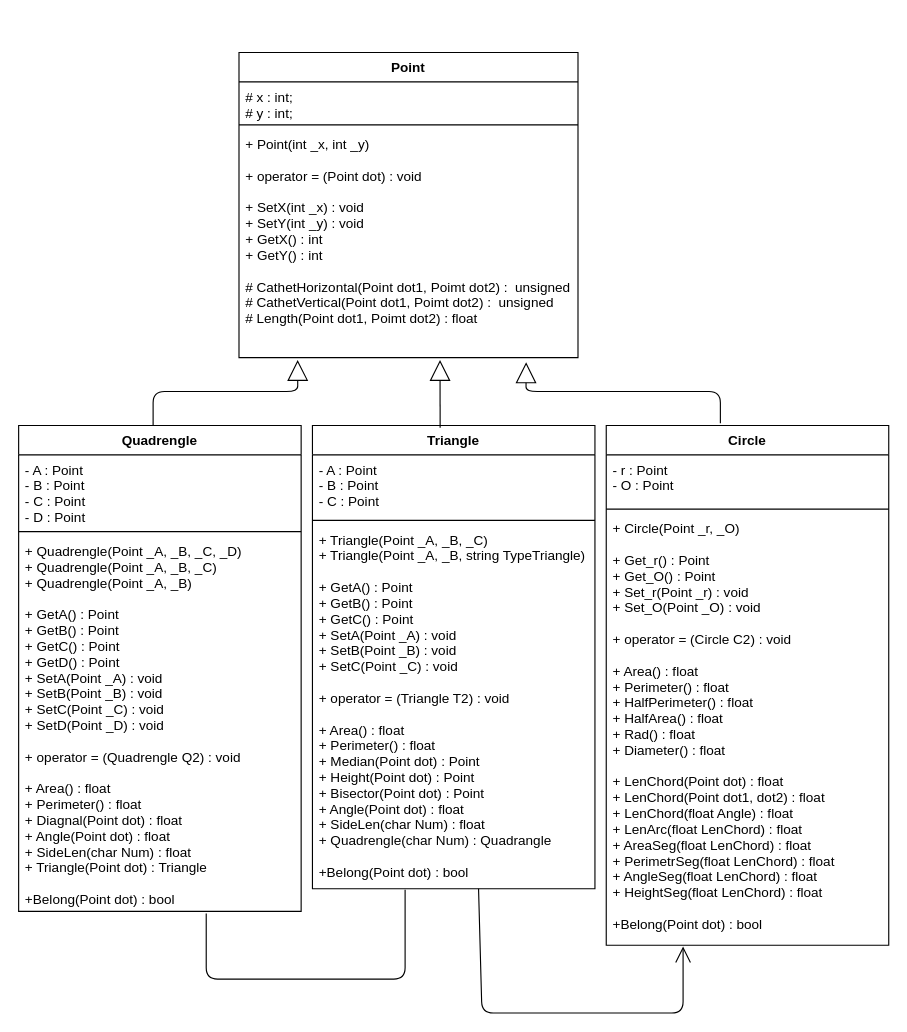
This is Shapes.drawio from MAXXXYMIRON/OOP_-thrid_task, a draw.io file, before an edit. Source tidied: cells renumbered, new cells numbered last; positions are measured from the earlier drawing's top-left corner, leaving out a move shared by most shapes. Both pictures are drawn from the tidied source at 113%, with x=0, y=0 at pixel (18, 52).
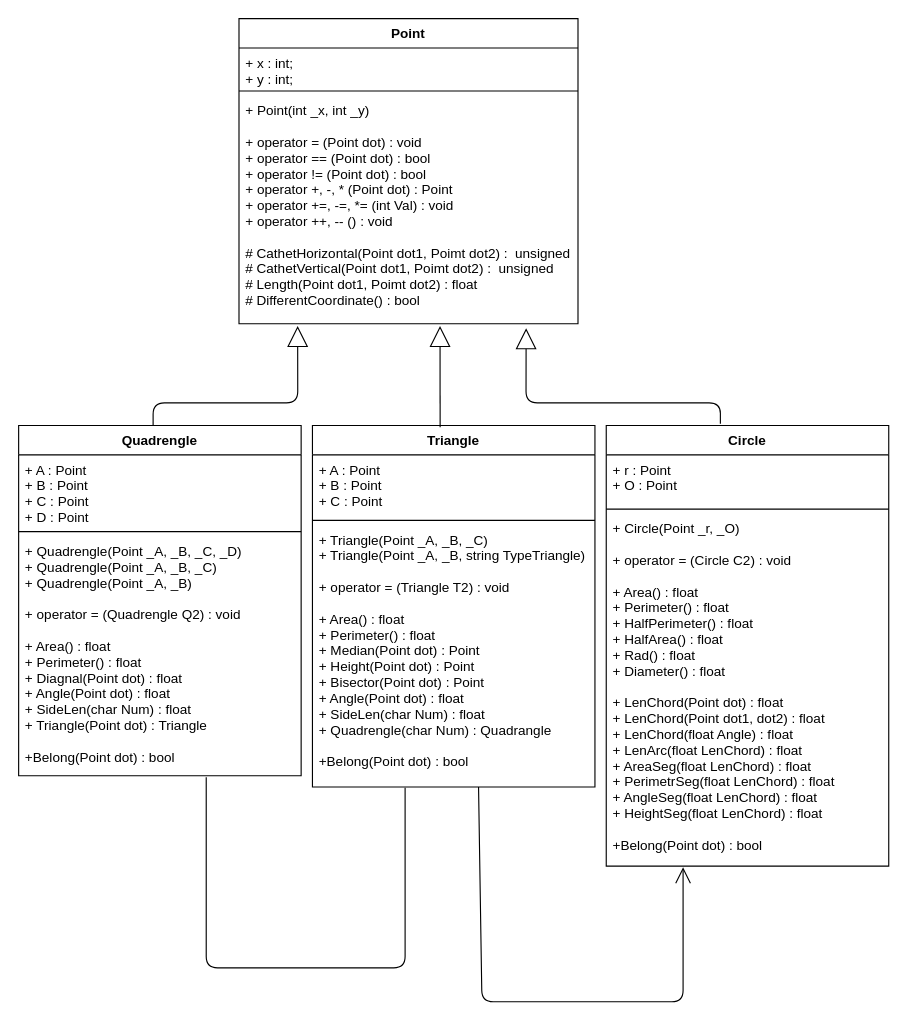
The same diagram, later.

Diff of the diagram source:
```diff
@@
     <mxCell id="2" value="Point" style="swimlane;fontStyle=1;align=center;verticalAlign=top;horizontal=1;startSize=26;" parent="1" vertex="1">
-      <mxGeometry x="195" width="300" height="270" as="geometry" />
+      <mxGeometry x="195" y="-30" width="300" height="270" as="geometry" />
     </mxCell>
-    <mxCell id="3" value="# x : int;&#10;# y : int;" style="text;strokeColor=none;fillColor=none;align=left;verticalAlign=top;spacingLeft=4;spacingRight=4;overflow=hidden;" parent="2" vertex="1">
+    <mxCell id="3" value="+ x : int;&#10;+ y : int;" style="text;strokeColor=none;fillColor=none;align=left;verticalAlign=top;spacingLeft=4;spacingRight=4;overflow=hidden;" parent="2" vertex="1">
       <mxGeometry y="26" width="300" height="34" as="geometry" />
     </mxCell>
@@
-    <mxCell id="5" value="+ Point(int _x, int _y)&#10;&#10;+ operator = (Point dot) : void&#10;&#10;+ SetX(int _x) : void&#10;+ SetY(int _y) : void &#10;+ GetX() : int&#10;+ GetY() : int&#10;&#10;# CathetHorizontal(Point dot1, Poimt dot2) :  unsigned&#10;# CathetVertical(Point dot1, Poimt dot2) :  unsigned&#10;# Length(Point dot1, Poimt dot2) : float" style="text;strokeColor=none;fillColor=none;align=left;verticalAlign=top;spacingLeft=4;spacingRight=4;overflow=hidden;points=[[0,0.5],[1,0.5]];portConstraint=eastwest;" parent="2" vertex="1">
+    <mxCell id="5" value="+ Point(int _x, int _y)&#10;&#10;+ operator = (Point dot) : void&#10;+ operator == (Point dot) : bool&#10;+ operator != (Point dot) : bool&#10;+ operator +, -, * (Point dot) : Point&#10;+ operator +=, -=, *= (int Val) : void&#10;+ operator ++, -- () : void&#10;&#10;# CathetHorizontal(Point dot1, Poimt dot2) :  unsigned&#10;# CathetVertical(Point dot1, Poimt dot2) :  unsigned&#10;# Length(Point dot1, Poimt dot2) : float&#10;# DifferentCoordinate() : bool" style="text;strokeColor=none;fillColor=none;align=left;verticalAlign=top;spacingLeft=4;spacingRight=4;overflow=hidden;points=[[0,0.5],[1,0.5]];portConstraint=eastwest;" parent="2" vertex="1">
       <mxGeometry y="68" width="300" height="202" as="geometry" />
     </mxCell>
     <mxCell id="6" value="Quadrengle" style="swimlane;fontStyle=1;align=center;verticalAlign=top;horizontal=1;startSize=26;" parent="1" vertex="1">
-      <mxGeometry y="330" width="250" height="430" as="geometry" />
+      <mxGeometry y="330" width="250" height="310" as="geometry" />
     </mxCell>
-    <mxCell id="7" value="- A : Point&#10;- B : Point&#10;- C : Point&#10;- D : Point" style="text;strokeColor=none;fillColor=none;align=left;verticalAlign=top;spacingLeft=4;spacingRight=4;overflow=hidden;" parent="6" vertex="1">
+    <mxCell id="7" value="+ A : Point&#10;+ B : Point&#10;+ C : Point&#10;+ D : Point" style="text;strokeColor=none;fillColor=none;align=left;verticalAlign=top;spacingLeft=4;spacingRight=4;overflow=hidden;" parent="6" vertex="1">
       <mxGeometry y="26" width="250" height="64" as="geometry" />
     </mxCell>
@@
-    <mxCell id="9" value="+ Quadrengle(Point _A, _B, _C, _D)&#10;+ Quadrengle(Point _A, _B, _C)&#10;+ Quadrengle(Point _A, _B)&#10;&#10;+ GetA() : Point&#10;+ GetB() : Point&#10;+ GetC() : Point&#10;+ GetD() : Point&#10;+ SetA(Point _A) : void&#10;+ SetB(Point _B) : void&#10;+ SetC(Point _C) : void&#10;+ SetD(Point _D) : void&#10;&#10;+ operator = (Quadrengle Q2) : void&#10;&#10;+ Area() : float&#10;+ Perimeter() : float&#10;+ Diagnal(Point dot) : float&#10;+ Angle(Point dot) : float&#10;+ SideLen(char Num) : float&#10;+ Triangle(Point dot) : Triangle&#10;&#10;+Belong(Point dot) : bool&#10;" style="text;strokeColor=none;fillColor=none;align=left;verticalAlign=top;spacingLeft=4;spacingRight=4;overflow=hidden;points=[[0,0.5],[1,0.5]];portConstraint=eastwest;" parent="6" vertex="1">
-      <mxGeometry y="98" width="250" height="332" as="geometry" />
+    <mxCell id="9" value="+ Quadrengle(Point _A, _B, _C, _D)&#10;+ Quadrengle(Point _A, _B, _C)&#10;+ Quadrengle(Point _A, _B)&#10;&#10;+ operator = (Quadrengle Q2) : void&#10;&#10;+ Area() : float&#10;+ Perimeter() : float&#10;+ Diagnal(Point dot) : float&#10;+ Angle(Point dot) : float&#10;+ SideLen(char Num) : float&#10;+ Triangle(Point dot) : Triangle&#10;&#10;+Belong(Point dot) : bool&#10;" style="text;strokeColor=none;fillColor=none;align=left;verticalAlign=top;spacingLeft=4;spacingRight=4;overflow=hidden;points=[[0,0.5],[1,0.5]];portConstraint=eastwest;" parent="6" vertex="1">
+      <mxGeometry y="98" width="250" height="212" as="geometry" />
     </mxCell>
     <mxCell id="10" value="Triangle" style="swimlane;fontStyle=1;align=center;verticalAlign=top;horizontal=1;startSize=26;" parent="1" vertex="1">
-      <mxGeometry x="260" y="330" width="250" height="410" as="geometry" />
+      <mxGeometry x="260" y="330" width="250" height="320" as="geometry" />
     </mxCell>
-    <mxCell id="11" value="- A : Point&#10;- B : Point&#10;- C : Point" style="text;strokeColor=none;fillColor=none;align=left;verticalAlign=top;spacingLeft=4;spacingRight=4;overflow=hidden;" parent="10" vertex="1">
+    <mxCell id="11" value="+ A : Point&#10;+ B : Point&#10;+ C : Point" style="text;strokeColor=none;fillColor=none;align=left;verticalAlign=top;spacingLeft=4;spacingRight=4;overflow=hidden;" parent="10" vertex="1">
       <mxGeometry y="26" width="250" height="54" as="geometry" />
     </mxCell>
@@
-    <mxCell id="13" value="+ Triangle(Point _A, _B, _C)&#10;+ Triangle(Point _A, _B, string TypeTriangle)&#10;&#10;+ GetA() : Point&#10;+ GetB() : Point&#10;+ GetC() : Point&#10;+ SetA(Point _A) : void&#10;+ SetB(Point _B) : void&#10;+ SetC(Point _C) : void&#10;&#10;+ operator = (Triangle T2) : void&#10;&#10;+ Area() : float&#10;+ Perimeter() : float&#10;+ Median(Point dot) : Point&#10;+ Height(Point dot) : Point&#10;+ Bisector(Point dot) : Point&#10;+ Angle(Point dot) : float&#10;+ SideLen(char Num) : float&#10;+ Quadrengle(char Num) : Quadrangle&#10;&#10;+Belong(Point dot) : bool" style="text;strokeColor=none;fillColor=none;align=left;verticalAlign=top;spacingLeft=4;spacingRight=4;overflow=hidden;points=[[0,0.5],[1,0.5]];portConstraint=eastwest;" parent="10" vertex="1">
-      <mxGeometry y="88" width="250" height="322" as="geometry" />
+    <mxCell id="13" value="+ Triangle(Point _A, _B, _C)&#10;+ Triangle(Point _A, _B, string TypeTriangle)&#10;&#10;+ operator = (Triangle T2) : void&#10;&#10;+ Area() : float&#10;+ Perimeter() : float&#10;+ Median(Point dot) : Point&#10;+ Height(Point dot) : Point&#10;+ Bisector(Point dot) : Point&#10;+ Angle(Point dot) : float&#10;+ SideLen(char Num) : float&#10;+ Quadrengle(char Num) : Quadrangle&#10;&#10;+Belong(Point dot) : bool" style="text;strokeColor=none;fillColor=none;align=left;verticalAlign=top;spacingLeft=4;spacingRight=4;overflow=hidden;points=[[0,0.5],[1,0.5]];portConstraint=eastwest;" parent="10" vertex="1">
+      <mxGeometry y="88" width="250" height="232" as="geometry" />
     </mxCell>
     <mxCell id="14" value="Circle" style="swimlane;fontStyle=1;align=center;verticalAlign=top;horizontal=1;startSize=26;" parent="1" vertex="1">
-      <mxGeometry x="520" y="330" width="250" height="460" as="geometry" />
+      <mxGeometry x="520" y="330" width="250" height="390" as="geometry" />
     </mxCell>
-    <mxCell id="15" value="- r : Point&#10;- O : Point" style="text;strokeColor=none;fillColor=none;align=left;verticalAlign=top;spacingLeft=4;spacingRight=4;overflow=hidden;" parent="14" vertex="1">
+    <mxCell id="15" value="+ r : Point&#10;+ O : Point" style="text;strokeColor=none;fillColor=none;align=left;verticalAlign=top;spacingLeft=4;spacingRight=4;overflow=hidden;" parent="14" vertex="1">
       <mxGeometry y="26" width="250" height="44" as="geometry" />
     </mxCell>
@@
-    <mxCell id="17" value="+ Circle(Point _r, _O)&#10;&#10;+ Get_r() : Point&#10;+ Get_O() : Point&#10;+ Set_r(Point _r) : void&#10;+ Set_O(Point _O) : void&#10;&#10;+ operator = (Circle C2) : void&#10;&#10;+ Area() : float&#10;+ Perimeter() : float&#10;+ HalfPerimeter() : float&#10;+ HalfArea() : float&#10;+ Rad() : float&#10;+ Diameter() : float&#10;&#10;+ LenChord(Point dot) : float&#10;+ LenChord(Point dot1, dot2) : float&#10;+ LenChord(float Angle) : float&#10;+ LenArc(float LenChord) : float&#10;+ AreaSeg(float LenChord) : float&#10;+ PerimetrSeg(float LenChord) : float&#10;+ AngleSeg(float LenChord) : float&#10;+ HeightSeg(float LenChord) : float&#10;&#10;+Belong(Point dot) : bool&#10;&#10;" style="text;strokeColor=none;fillColor=none;align=left;verticalAlign=top;spacingLeft=4;spacingRight=4;overflow=hidden;points=[[0,0.5],[1,0.5]];portConstraint=eastwest;" parent="14" vertex="1">
-      <mxGeometry y="78" width="250" height="382" as="geometry" />
+    <mxCell id="17" value="+ Circle(Point _r, _O)&#10;&#10;+ operator = (Circle C2) : void&#10;&#10;+ Area() : float&#10;+ Perimeter() : float&#10;+ HalfPerimeter() : float&#10;+ HalfArea() : float&#10;+ Rad() : float&#10;+ Diameter() : float&#10;&#10;+ LenChord(Point dot) : float&#10;+ LenChord(Point dot1, dot2) : float&#10;+ LenChord(float Angle) : float&#10;+ LenArc(float LenChord) : float&#10;+ AreaSeg(float LenChord) : float&#10;+ PerimetrSeg(float LenChord) : float&#10;+ AngleSeg(float LenChord) : float&#10;+ HeightSeg(float LenChord) : float&#10;&#10;+Belong(Point dot) : bool&#10;&#10;" style="text;strokeColor=none;fillColor=none;align=left;verticalAlign=top;spacingLeft=4;spacingRight=4;overflow=hidden;points=[[0,0.5],[1,0.5]];portConstraint=eastwest;" parent="14" vertex="1">
+      <mxGeometry y="78" width="250" height="312" as="geometry" />
     </mxCell>
     <mxCell id="18" style="endArrow=block;endSize=16;endFill=0;html=1;exitX=0.476;exitY=0;exitDx=0;exitDy=0;exitPerimeter=0;entryX=0.173;entryY=1.01;entryDx=0;entryDy=0;entryPerimeter=0;" parent="1" edge="1" source="6" target="5">
       <mxGeometry relative="1" as="geometry">
         <Array as="points">
-          <mxPoint x="119" y="300" />
-          <mxPoint x="247" y="300" />
+          <mxPoint x="119" y="310" />
+          <mxPoint x="247" y="310" />
         </Array>
       </mxGeometry>
     </mxCell>
@@
     <mxCell id="20" style="endArrow=block;endSize=16;endFill=0;html=1;exitX=0.404;exitY=-0.004;exitDx=0;exitDy=0;exitPerimeter=0;entryX=0.847;entryY=1.02;entryDx=0;entryDy=0;entryPerimeter=0;" parent="1" edge="1" source="14" target="5">
       <mxGeometry x="0.75" y="-181" relative="1" as="geometry">
         <Array as="points">
-          <mxPoint x="621" y="300" />
-          <mxPoint x="449" y="300" />
+          <mxPoint x="621" y="310" />
+          <mxPoint x="449" y="310" />
         </Array>
       </mxGeometry>
     </mxCell>
     <mxCell id="21" style="endArrow=open;endFill=1;endSize=12;html=1;entryX=0.272;entryY=1.003;entryDx=0;entryDy=0;entryPerimeter=0;exitX=0.588;exitY=1;exitDx=0;exitDy=0;exitPerimeter=0;" parent="1" edge="1" source="13" target="17">
       <mxGeometry relative="1" as="geometry">
         <Array as="points">
-          <mxPoint x="410" y="850" />
-          <mxPoint x="540" y="850" />
-          <mxPoint x="588" y="850" />
+          <mxPoint x="410" y="840" />
+          <mxPoint x="540" y="840" />
+          <mxPoint x="588" y="840" />
         </Array>
       </mxGeometry>
     </mxCell>
     <mxCell id="22" style="endArrow=none;html=1;edgeStyle=orthogonalEdgeStyle;exitX=0.664;exitY=1.006;exitDx=0;exitDy=0;exitPerimeter=0;entryX=0.328;entryY=1.003;entryDx=0;entryDy=0;entryPerimeter=0;" parent="1" edge="1" source="9" target="13">
       <mxGeometry relative="1" as="geometry">
         <Array as="points">
-          <mxPoint x="166" y="820" />
-          <mxPoint x="342" y="820" />
+          <mxPoint x="166" y="810" />
+          <mxPoint x="342" y="810" />
         </Array>
       </mxGeometry>
     </mxCell>
```
